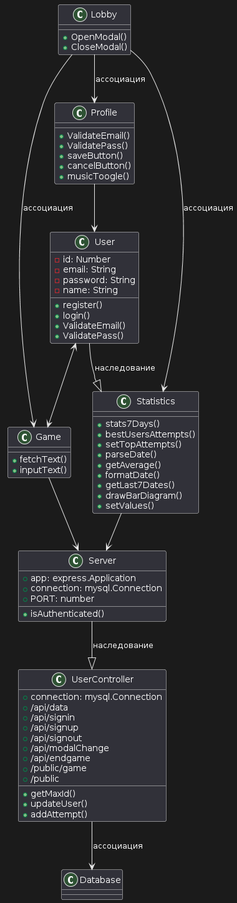
The PlantUML diagram docs/diagrams/classes.png in danelloptz/typeguru, before a commit.
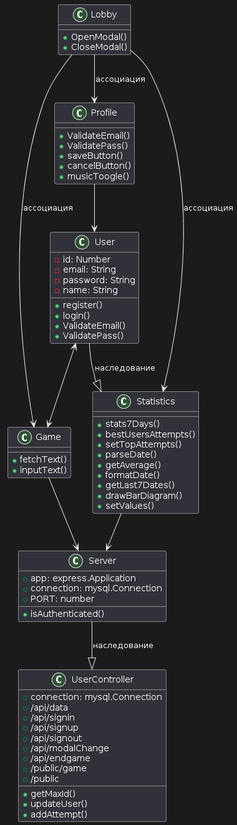
After the commit.

Commit message:
ещё обновление диаграмм

Change to the diagram source:
```diff
@@ -48,9 +48,6 @@
 
 }
 
-class Database {
-}
-
 class UserController {
  + connection: mysql.Connection
  + /api/data
@@ -77,5 +74,4 @@
 User --|> Statistics  : наследование
 
 Server --|>  UserController : наследование
-UserController --> Database : ассоциация
 @enduml
```
